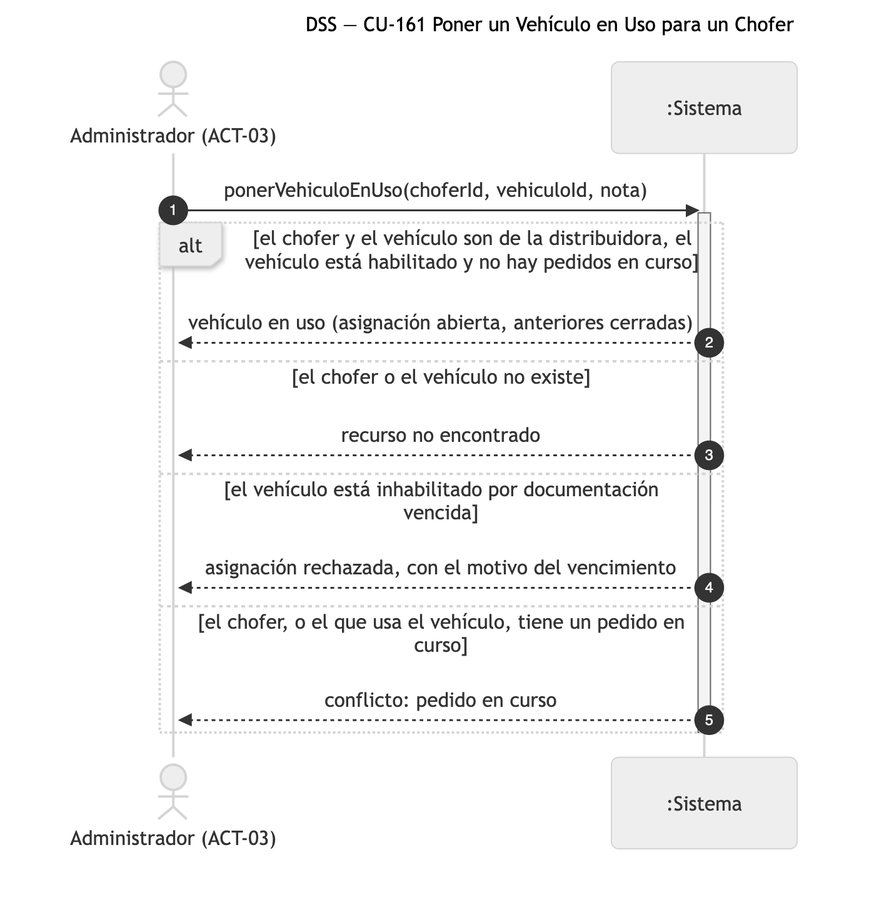
The Mermaid diagram diagramas/png/DSS_CU-161_Poner-un-Vehiculo-en-Uso-para-un-Chofer.png in Nahuelito-Dev/splg-docs, before a commit. Its source is kept beside it as diagramas/DSS_CU-161_Poner-un-Vehiculo-en-Uso-para-un-Chofer.mmd. Source of this version:
```mermaid
sequenceDiagram
    title DSS — CU-161 Poner un Vehículo en Uso para un Chofer
    autonumber
    actor ADM as Administrador (ACT-03)
    participant SIS as :Sistema

    ADM->>SIS: ponerVehiculoEnUso(choferId, vehiculoId, nota)
    activate SIS
    alt el chofer y el vehículo son de la distribuidora, el vehículo está habilitado y no hay pedidos en curso
        SIS-->>ADM: vehículo en uso (asignación abierta, anteriores cerradas)
    else el chofer o el vehículo no existe
        SIS-->>ADM: recurso no encontrado
    else el vehículo está inhabilitado por documentación vencida
        SIS-->>ADM: asignación rechazada, con el motivo del vencimiento
    else el chofer, o el que usa el vehículo, tiene un pedido en curso
        SIS-->>ADM: conflicto: pedido en curso
    end
    deactivate SIS
```
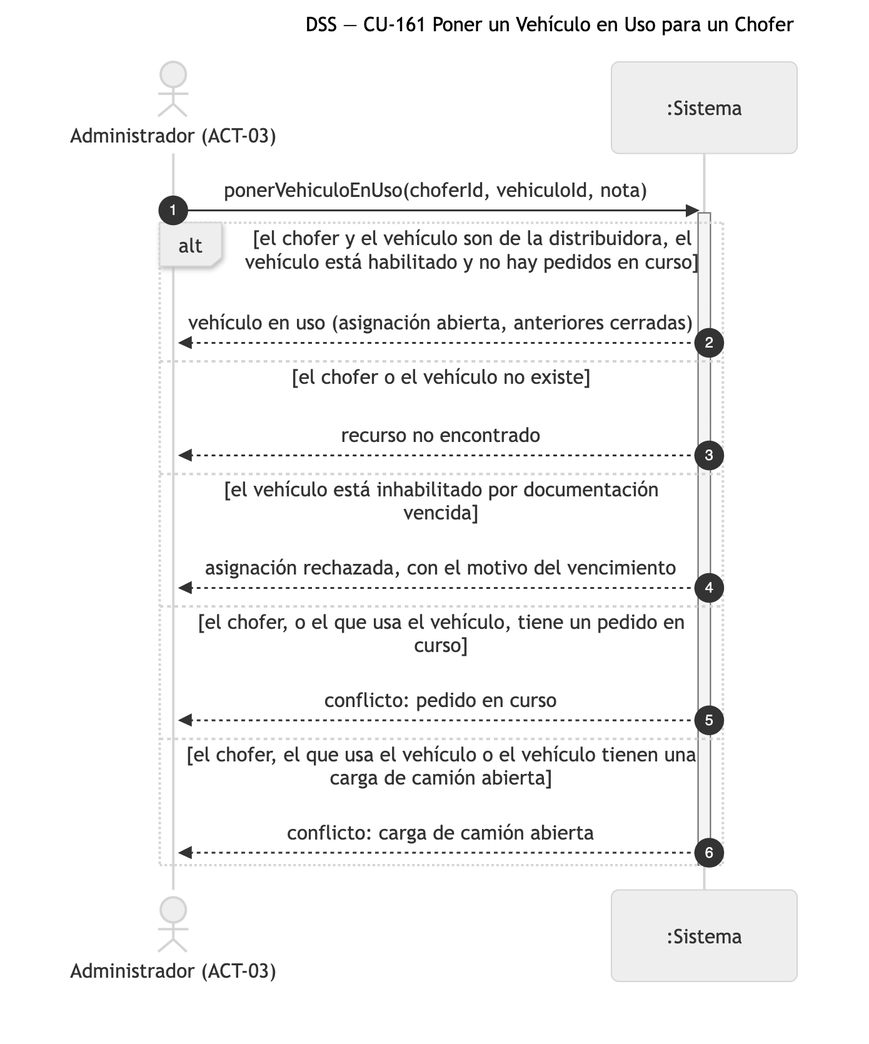
After the change.

Diff of the diagram source:
```diff
@@ -14,5 +14,7 @@
         SIS-->>ADM: asignación rechazada, con el motivo del vencimiento
     else el chofer, o el que usa el vehículo, tiene un pedido en curso
         SIS-->>ADM: conflicto: pedido en curso
+    else el chofer, el que usa el vehículo o el vehículo tienen una carga de camión abierta
+        SIS-->>ADM: conflicto: carga de camión abierta
     end
     deactivate SIS
```
